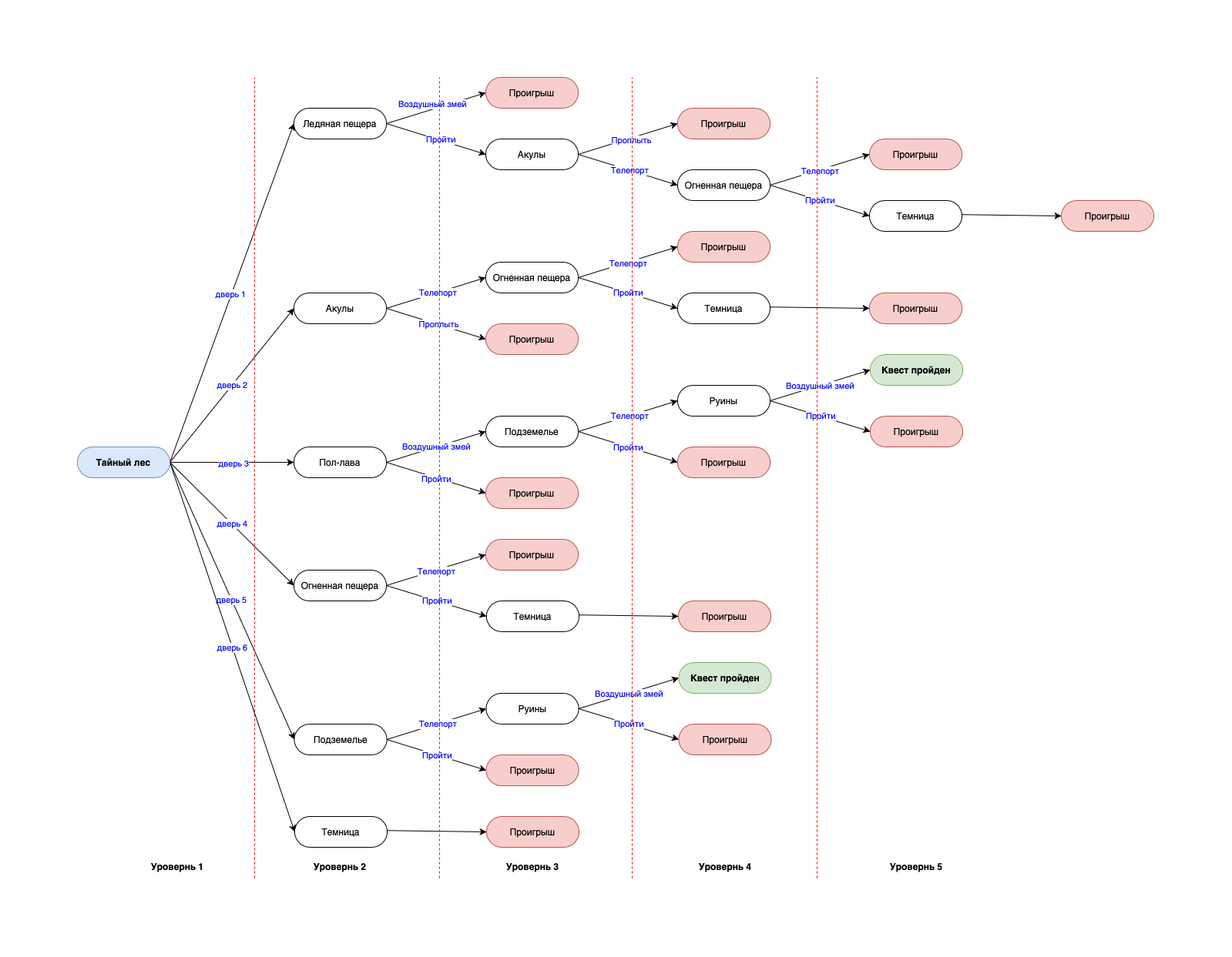
Above: docs/scheme_secret_forest.png in egor381/bot_quest (draw.io), before the change. Source tidied: cells renumbered, new cells last; positions are measured from the earlier drawing's top-left corner, leaving out a move shared by most shapes.
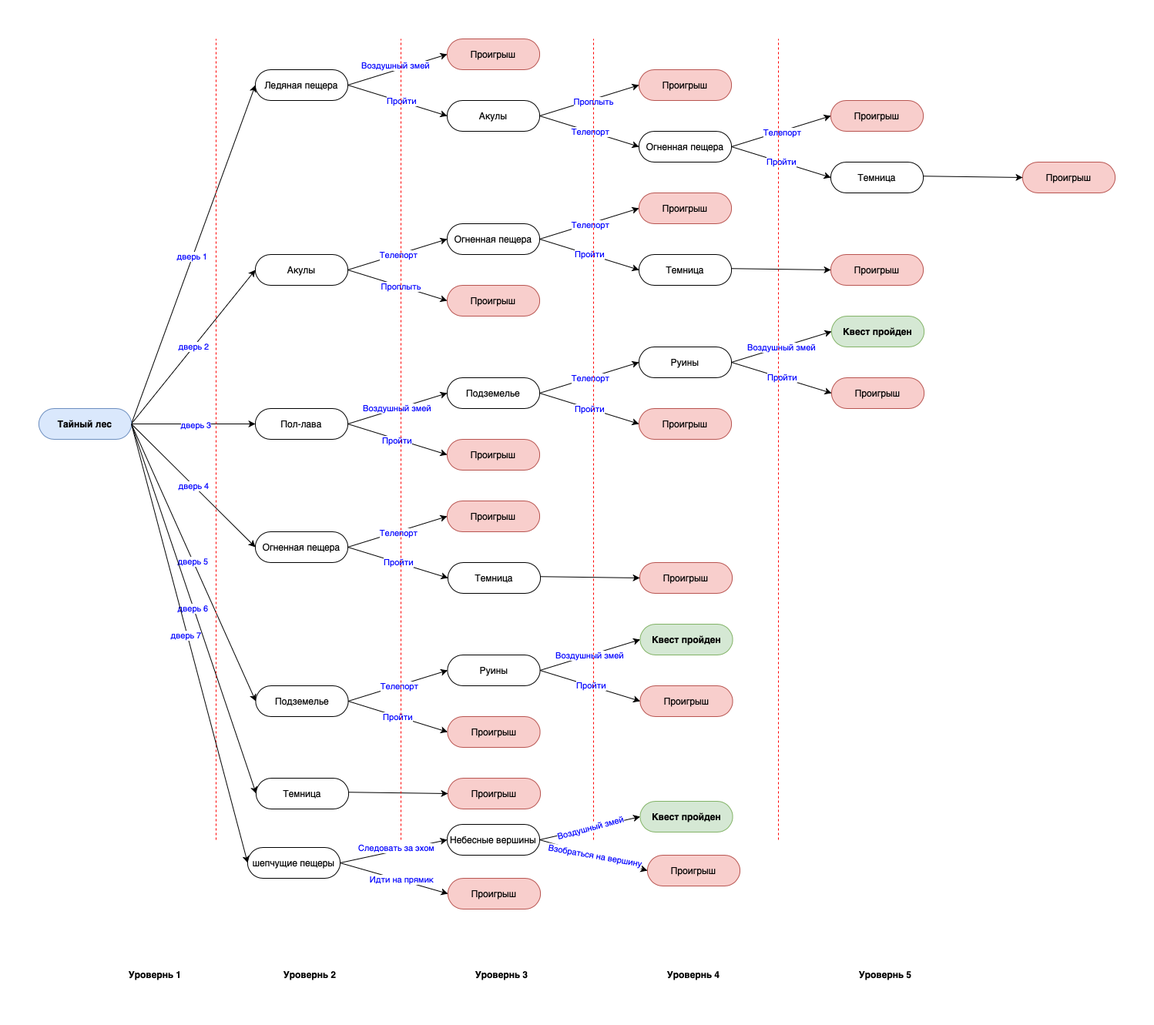
The same diagram one commit later.

The edit, as a diff of the source:
```diff
@@ -314,19 +314,70 @@
       </mxGeometry>
     </mxCell>
     <mxCell id="99" value="Уровернь 1" style="text;html=1;strokeColor=none;fillColor=none;align=center;verticalAlign=middle;whiteSpace=wrap;rounded=0;fontStyle=1;" parent="1" vertex="1">
-      <mxGeometry x="80" y="1010" width="100" height="30" as="geometry" />
+      <mxGeometry x="101" y="1200" width="100" height="30" as="geometry" />
     </mxCell>
     <mxCell id="100" value="Уровернь 2" style="text;html=1;strokeColor=none;fillColor=none;align=center;verticalAlign=middle;whiteSpace=wrap;rounded=0;fontStyle=1;" parent="1" vertex="1">
-      <mxGeometry x="291" y="1010" width="100" height="30" as="geometry" />
+      <mxGeometry x="302" y="1200" width="100" height="30" as="geometry" />
     </mxCell>
     <mxCell id="101" value="Уровернь 3" style="text;html=1;strokeColor=none;fillColor=none;align=center;verticalAlign=middle;whiteSpace=wrap;rounded=0;fontStyle=1;" parent="1" vertex="1">
-      <mxGeometry x="541" y="1010" width="100" height="30" as="geometry" />
+      <mxGeometry x="551" y="1200" width="100" height="30" as="geometry" />
     </mxCell>
     <mxCell id="102" value="Уровернь 4" style="text;html=1;strokeColor=none;fillColor=none;align=center;verticalAlign=middle;whiteSpace=wrap;rounded=0;fontStyle=1;" parent="1" vertex="1">
-      <mxGeometry x="790.5" y="1010" width="100" height="30" as="geometry" />
+      <mxGeometry x="800" y="1200" width="100" height="30" as="geometry" />
     </mxCell>
     <mxCell id="103" value="Уровернь 5" style="text;html=1;strokeColor=none;fillColor=none;align=center;verticalAlign=middle;whiteSpace=wrap;rounded=0;fontStyle=1;" parent="1" vertex="1">
-      <mxGeometry x="1039" y="1010" width="100" height="30" as="geometry" />
+      <mxGeometry x="1049" y="1200" width="100" height="30" as="geometry" />
     </mxCell>
+    <mxCell id="104" value="шепчущие пещеры" style="rounded=1;whiteSpace=wrap;html=1;fontSize=12;glass=0;strokeWidth=1;shadow=0;arcSize=50;" parent="1" vertex="1">
+      <mxGeometry x="271" y="1050" width="120" height="40" as="geometry" />
+    </mxCell>
+    <mxCell id="105" style="edgeStyle=none;jettySize=auto;html=1;rounded=0;entryX=0;entryY=0.5;entryDx=0;entryDy=0;exitX=1;exitY=0.5;exitDx=0;exitDy=0;" parent="1" edge="1" source="54" target="104">
+      <mxGeometry relative="1" as="geometry" />
+    </mxCell>
+    <mxCell id="106" value="&lt;font color=&quot;#0000ff&quot;&gt;дверь 7&lt;/font&gt;" style="edgeLabel;html=1;align=center;verticalAlign=middle;" parent="105" vertex="1">
+      <mxGeometry x="-0.04" y="-1" relative="1" as="geometry">
+        <mxPoint x="-1" as="offset" />
+      </mxGeometry>
+    </mxCell>
+    <mxCell id="107" style="edgeStyle=none;jettySize=auto;html=1;rounded=0;exitX=1;exitY=0.5;exitDx=0;exitDy=0;entryX=0;entryY=0.5;entryDx=0;entryDy=0;" parent="1" edge="1" source="104" target="116">
+      <mxGeometry relative="1" as="geometry" />
+    </mxCell>
+    <mxCell id="108" value="&lt;font color=&quot;#0000ff&quot;&gt;Следовать за эхом&lt;/font&gt;" style="edgeLabel;html=1;align=center;verticalAlign=middle;" parent="107" vertex="1">
+      <mxGeometry x="0.24" y="1" relative="1" as="geometry">
+        <mxPoint x="-14" as="offset" />
+      </mxGeometry>
+    </mxCell>
+    <mxCell id="109" style="edgeStyle=none;jettySize=auto;html=1;rounded=0;exitX=1;exitY=0.5;exitDx=0;exitDy=0;entryX=0;entryY=0.5;entryDx=0;entryDy=0;" parent="1" edge="1" source="104" target="111">
+      <mxGeometry relative="1" as="geometry" />
+    </mxCell>
+    <mxCell id="110" value="&lt;font color=&quot;#0000ff&quot;&gt;Идти на прямик&lt;/font&gt;" style="edgeLabel;html=1;align=center;verticalAlign=middle;" parent="109" vertex="1">
+      <mxGeometry x="0.11" y="1" relative="1" as="geometry" />
+    </mxCell>
+    <mxCell id="111" value="Проигрыш" style="whiteSpace=wrap;html=1;rounded=1;fillColor=#f8cecc;strokeColor=#b85450;arcSize=50;" parent="1" vertex="1">
+      <mxGeometry x="531" y="1090" width="120" height="40" as="geometry" />
+    </mxCell>
+    <mxCell id="112" style="rounded=0;jettySize=auto;html=1;entryX=0;entryY=0.5;entryDx=0;entryDy=0;exitX=1;exitY=0.5;exitDx=0;exitDy=0;" parent="1" edge="1" source="116" target="118">
+      <mxGeometry relative="1" as="geometry" />
+    </mxCell>
+    <mxCell id="113" value="&lt;font color=&quot;#0000ff&quot;&gt;Воздушный змей&lt;/font&gt;" style="edgeLabel;html=1;align=center;verticalAlign=middle;rotation=-15;" parent="112" vertex="1">
+      <mxGeometry y="1" relative="1" as="geometry" />
+    </mxCell>
+    <mxCell id="114" style="rounded=0;jettySize=auto;html=1;entryX=0;entryY=0.5;entryDx=0;entryDy=0;exitX=1;exitY=0.5;exitDx=0;exitDy=0;" parent="1" edge="1" source="116" target="117">
+      <mxGeometry relative="1" as="geometry" />
+    </mxCell>
+    <mxCell id="115" value="&lt;font color=&quot;#0000ff&quot;&gt;Взобраться на вершину&lt;/font&gt;" style="edgeLabel;html=1;align=center;verticalAlign=middle;rotation=10;" parent="114" vertex="1">
+      <mxGeometry y="3" relative="1" as="geometry">
+        <mxPoint y="3" as="offset" />
+      </mxGeometry>
+    </mxCell>
+    <mxCell id="116" value="Небесные вершины" style="rounded=1;whiteSpace=wrap;html=1;fontSize=12;glass=0;strokeWidth=1;shadow=0;arcSize=50;" parent="1" vertex="1">
+      <mxGeometry x="530" y="1020" width="120" height="40" as="geometry" />
+    </mxCell>
+    <mxCell id="117" value="Проигрыш" style="whiteSpace=wrap;html=1;rounded=1;fillColor=#f8cecc;strokeColor=#b85450;arcSize=50;" parent="1" vertex="1">
+      <mxGeometry x="790" y="1060" width="120" height="40" as="geometry" />
+    </mxCell>
+    <mxCell id="118" value="Квест пройден" style="whiteSpace=wrap;html=1;rounded=1;fillColor=#d5e8d4;strokeColor=#82b366;arcSize=50;fontStyle=1;" parent="1" vertex="1">
+      <mxGeometry x="780.5" y="990" width="120" height="40" as="geometry" />
+    </mxCell>
   </root>
 </mxGraphModel>
```
